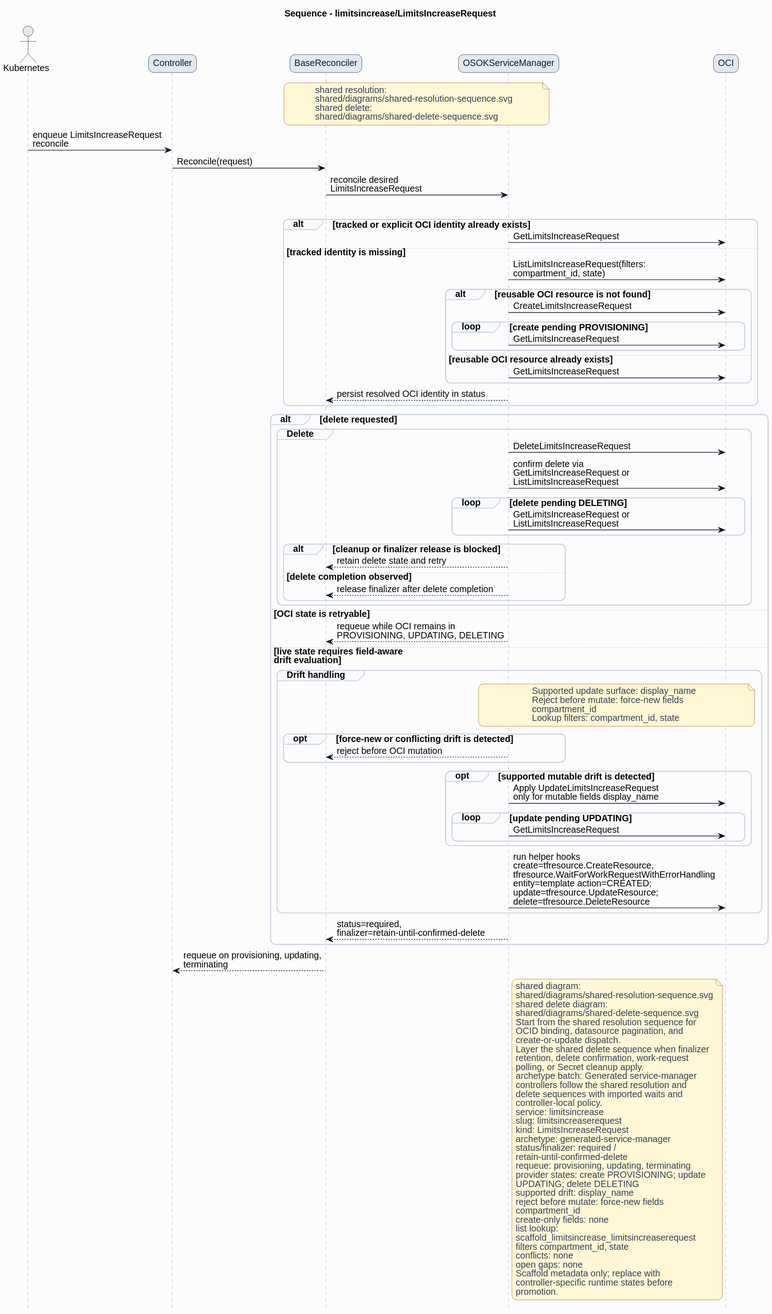
HaoyL666/oci-service-operator keeps this PlantUML diagram as formal/controllers/limitsincrease/limitsincreaserequest/diagrams/sequence.svg. Above is the earlier version.
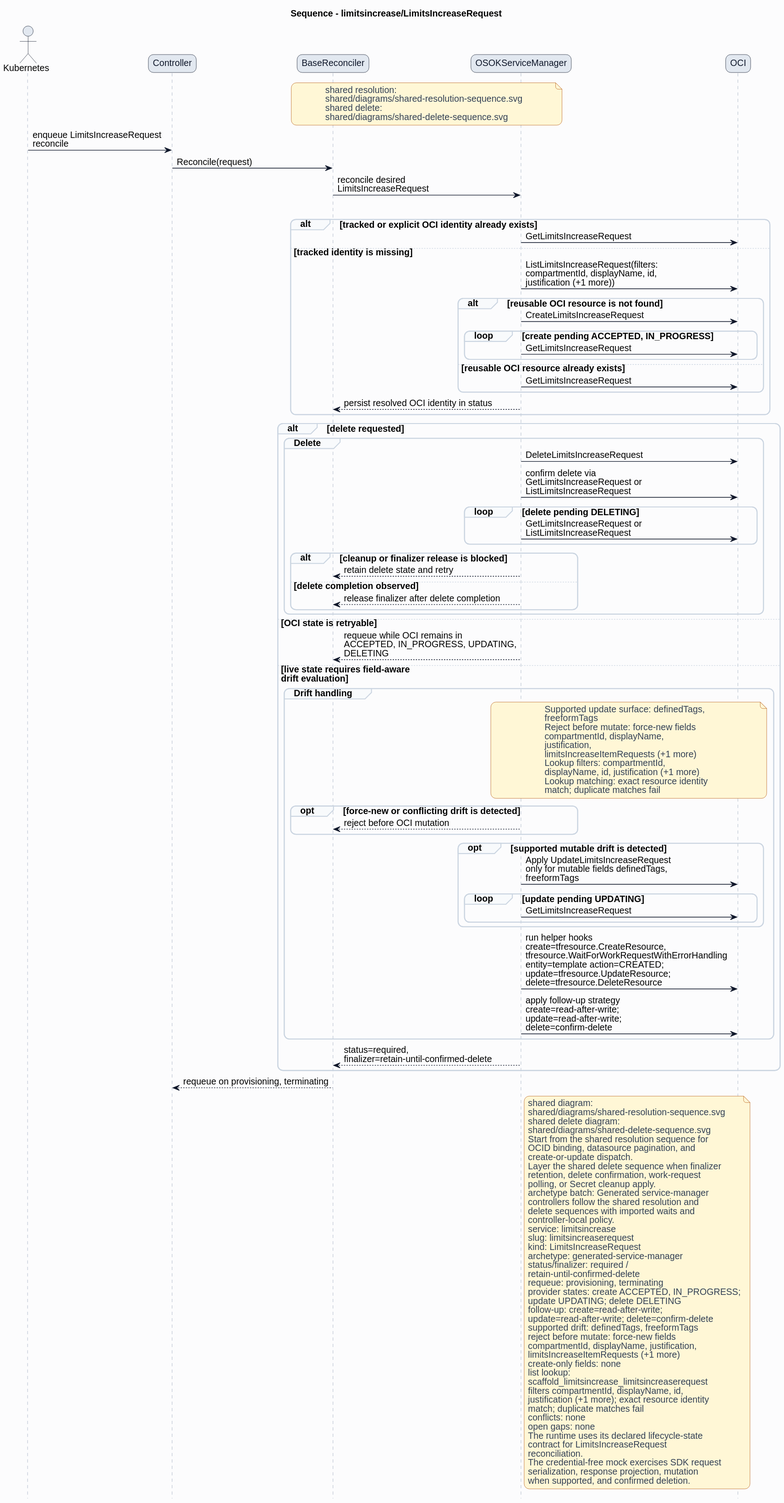
After the change.

Change to the diagram source:
```diff
@@ -38,10 +38,10 @@
 alt tracked or explicit OCI identity already exists
 ServiceManager -> OCI: GetLimitsIncreaseRequest
 else tracked identity is missing
-ServiceManager -> OCI: ListLimitsIncreaseRequest(filters:\ncompartment_id, state)
+ServiceManager -> OCI: ListLimitsIncreaseRequest(filters:\ncompartmentId, displayName, id,\njustification (+1 more))
 alt reusable OCI resource is not found
 ServiceManager -> OCI: CreateLimitsIncreaseRequest
-loop create pending PROVISIONING
+loop create pending ACCEPTED, IN_PROGRESS
 ServiceManager -> OCI: GetLimitsIncreaseRequest
 end
 else reusable OCI resource already exists
@@ -63,29 +63,36 @@
 end
 end
 else OCI state is retryable
-ServiceManager --> BaseReconciler: requeue while OCI remains in\nPROVISIONING, UPDATING, DELETING
+ServiceManager --> BaseReconciler: requeue while OCI remains in\nACCEPTED, IN_PROGRESS, UPDATING,\nDELETING
 else live state requires field-aware\ndrift evaluation
 group Drift handling
 note over ServiceManager,OCI
-Supported update surface: display_name
+Supported update surface: definedTags,
+freeformTags
 Reject before mutate: force-new fields
-compartment_id
-Lookup filters: compartment_id, state
+compartmentId, displayName,
+justification,
+limitsIncreaseItemRequests (+1 more)
+Lookup filters: compartmentId,
+displayName, id, justification (+1 more)
+Lookup matching: exact resource identity
+match; duplicate matches fail
 end note
 opt force-new or conflicting drift is detected
 ServiceManager --> BaseReconciler: reject before OCI mutation
 end
 opt supported mutable drift is detected
-ServiceManager -> OCI: Apply UpdateLimitsIncreaseRequest\nonly for mutable fields display_name
+ServiceManager -> OCI: Apply UpdateLimitsIncreaseRequest\nonly for mutable fields definedTags,\nfreeformTags
 loop update pending UPDATING
 ServiceManager -> OCI: GetLimitsIncreaseRequest
 end
 end
 ServiceManager -> OCI: run helper hooks\ncreate=tfresource.CreateResource,\ntfresource.WaitForWorkRequestWithErrorHandling\nentity=template action=CREATED;\nupdate=tfresource.UpdateResource;\ndelete=tfresource.DeleteResource
+ServiceManager -> OCI: apply follow-up strategy\ncreate=read-after-write;\nupdate=read-after-write;\ndelete=confirm-delete
 end
 ServiceManager --> BaseReconciler: status=required,\nfinalizer=retain-until-confirmed-delete
 end
-BaseReconciler --> Controller: requeue on provisioning, updating,\nterminating
+BaseReconciler --> Controller: requeue on provisioning, terminating
 note right of ServiceManager
 shared diagram:
 shared/diagrams/shared-resolution-sequence.svg
@@ -107,20 +114,28 @@
 archetype: generated-service-manager
 status/finalizer: required /
 retain-until-confirmed-delete
-requeue: provisioning, updating, terminating
-provider states: create PROVISIONING; update
-UPDATING; delete DELETING
-supported drift: display_name
+requeue: provisioning, terminating
+provider states: create ACCEPTED, IN_PROGRESS;
+update UPDATING; delete DELETING
+follow-up: create=read-after-write;
+update=read-after-write; delete=confirm-delete
+supported drift: definedTags, freeformTags
 reject before mutate: force-new fields
-compartment_id
+compartmentId, displayName, justification,
+limitsIncreaseItemRequests (+1 more)
 create-only fields: none
 list lookup:
 scaffold_limitsincrease_limitsincreaserequest
-filters compartment_id, state
+filters compartmentId, displayName, id,
+justification (+1 more); exact resource identity
+match; duplicate matches fail
 conflicts: none
 open gaps: none
-Scaffold metadata only; replace with
-controller-specific runtime states before
-promotion.
+The runtime uses its declared lifecycle-state
+contract for LimitsIncreaseRequest
+reconciliation.
+The credential-free mock exercises SDK request
+serialization, response projection, mutation
+when supported, and confirmed deletion.
 end note
 @enduml
```
